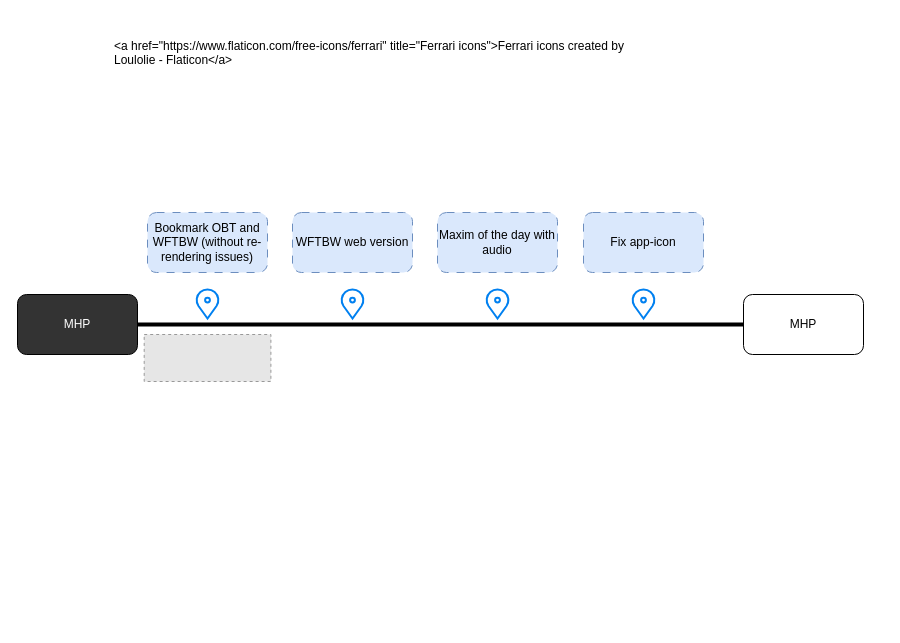
Earlier version of the draw.io diagram my_plans_and_progress.drawio (appsparkler/draw.io). Source tidied: cells renumbered, new cells numbered last; positions are measured from the earlier drawing's top-left corner, leaving out a move shared by most shapes. Both pictures are drawn from the tidied source at 100%, with x=0, y=0 at pixel (17, 32). Pictures stored in the file or linked from it are replaced by grey dashed boxes.
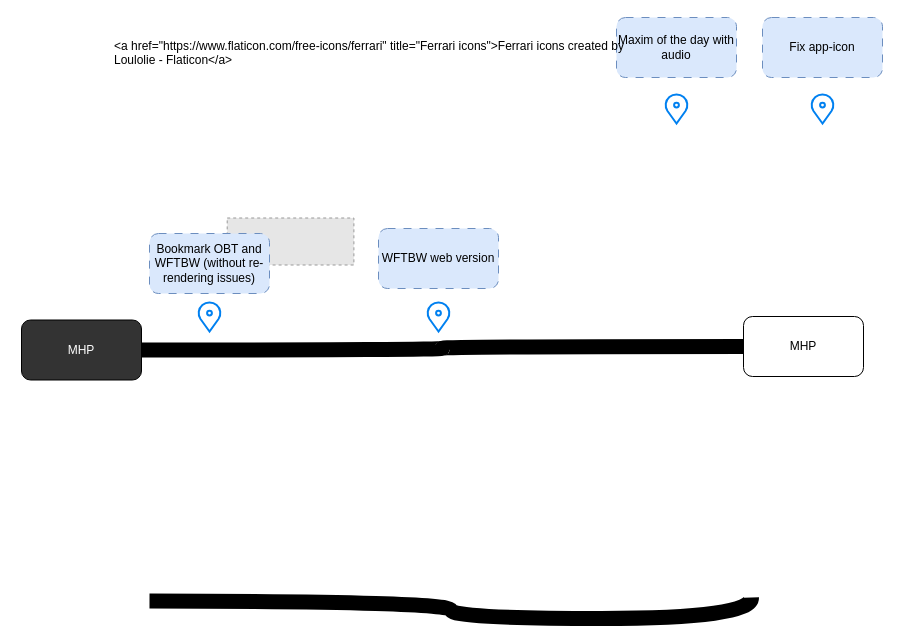
Above is the later version.

Change to the diagram source:
```diff
@@
 <mxGraphModel>
   <root>
     <mxCell id="0" />
     <mxCell id="1" parent="0" />
-    <mxCell id="2" style="edgeStyle=orthogonalEdgeStyle;rounded=0;jettySize=auto;html=1;curved=1;flowAnimation=1;shadow=0;strokeColor=light-dark(#000000,#000000);strokeWidth=4;endArrow=none;endFill=0;" parent="1" edge="1" source="3" target="4">
-      <mxGeometry relative="1" as="geometry" />
-    </mxCell>
+    <mxCell id="15" style="edgeStyle=orthogonalEdgeStyle;rounded=0;jettySize=auto;html=1;exitX=0;exitY=0.5;exitDx=0;exitDy=0;shadow=0;strokeColor=light-dark(#000000,#000000);strokeWidth=15;align=center;verticalAlign=middle;fontFamily=Helvetica;fontSize=11;fontColor=default;labelBackgroundColor=default;endArrow=none;endFill=0;flowAnimation=1;curved=1;" parent="1" edge="1" source="4" target="3">
+      <mxGeometry relative="1" as="geometry" />
+    </mxCell>
+    <mxCell id="16" style="edgeStyle=orthogonalEdgeStyle;rounded=0;orthogonalLoop=1;jettySize=auto;html=1;exitX=1;exitY=0.5;exitDx=0;exitDy=0;entryX=0;entryY=0.5;entryDx=0;entryDy=0;shadow=0;strokeColor=light-dark(#000000,#000000);strokeWidth=15;align=center;verticalAlign=middle;fontFamily=Helvetica;fontSize=11;fontColor=default;labelBackgroundColor=default;endArrow=none;endFill=0;flowAnimation=1;curved=1;" parent="1" edge="1">
+      <mxGeometry relative="1" as="geometry">
+        <mxPoint x="132" y="568.5" as="sourcePoint" />
+        <mxPoint x="734" y="565" as="targetPoint" />
+      </mxGeometry>
+    </mxCell>
+    <mxCell id="8" style="fillColor=#E6E6E6;strokeColor=#999999;dashed=1;verticalLabelPosition=bottom;labelBackgroundColor=default;verticalAlign=top;" parent="16" vertex="1">
+      <mxGeometry x="209.7" y="185.5" width="126.7" height="47" as="geometry" />
+    </mxCell>
     <mxCell id="3" value="MHP" style="rounded=1;whiteSpace=wrap;html=1;fillColor=#333333;fontColor=#FFFFFF;" parent="1" vertex="1">
-      <mxGeometry y="262" width="120" height="60" as="geometry" />
+      <mxGeometry x="4" y="287.5" width="120" height="60" as="geometry" />
     </mxCell>
     <mxCell id="4" value="MHP" style="rounded=1;whiteSpace=wrap;html=1;" parent="1" vertex="1">
-      <mxGeometry x="726" y="262" width="120" height="60" as="geometry" />
+      <mxGeometry x="726" y="284" width="120" height="60" as="geometry" />
     </mxCell>
     <mxCell id="5" style="html=1;verticalLabelPosition=bottom;align=center;labelBackgroundColor=#ffffff;verticalAlign=top;strokeWidth=2;strokeColor=#0080F0;shadow=0;dashed=0;shape=mxgraph.ios7.icons.location;rotation=0;" parent="1" vertex="1">
-      <mxGeometry x="178" y="256" width="24" height="30" as="geometry" />
+      <mxGeometry x="180" y="269" width="24" height="30" as="geometry" />
     </mxCell>
     <mxCell id="6" value="Bookmark OBT and WFTBW (without re-rendering issues)" style="rounded=1;whiteSpace=wrap;html=1;fillColor=#dae8fc;strokeColor=#6c8ebf;dashed=1;dashPattern=8 8;" parent="1" vertex="1">
-      <mxGeometry x="130" y="180" width="120" height="60" as="geometry" />
+      <mxGeometry x="132" y="201" width="120" height="60" as="geometry" />
     </mxCell>
     <mxCell id="7" value="Maxim of the day with audio" style="rounded=1;whiteSpace=wrap;html=1;fillColor=#dae8fc;strokeColor=#6c8ebf;dashed=1;dashPattern=8 8;" parent="1" vertex="1">
-      <mxGeometry x="420" y="180" width="120" height="60" as="geometry" />
+      <mxGeometry x="599" y="-15" width="120" height="60" as="geometry" />
     </mxCell>
-    <mxCell id="8" style="fillColor=#E6E6E6;strokeColor=#999999;dashed=1;verticalLabelPosition=bottom;labelBackgroundColor=default;verticalAlign=top;" parent="1" vertex="1">
-      <mxGeometry x="126.7" y="302" width="126.7" height="47" as="geometry" />
-    </mxCell>
     <mxCell id="9" style="html=1;verticalLabelPosition=bottom;align=center;labelBackgroundColor=#ffffff;verticalAlign=top;strokeWidth=2;strokeColor=#0080F0;shadow=0;dashed=0;shape=mxgraph.ios7.icons.location;rotation=0;" parent="1" vertex="1">
-      <mxGeometry x="323" y="256" width="24" height="30" as="geometry" />
+      <mxGeometry x="409" y="269" width="24" height="30" as="geometry" />
     </mxCell>
     <mxCell id="10" value="WFTBW web version" style="rounded=1;whiteSpace=wrap;html=1;fillColor=#dae8fc;strokeColor=#6c8ebf;dashed=1;dashPattern=8 8;" parent="1" vertex="1">
-      <mxGeometry x="275" y="180" width="120" height="60" as="geometry" />
+      <mxGeometry x="361" y="196" width="120" height="60" as="geometry" />
     </mxCell>
     <mxCell id="11" value="&lt;a href=&quot;https://www.flaticon.com/free-icons/ferrari&quot; title=&quot;Ferrari icons&quot;&gt;Ferrari icons created by Loulolie - Flaticon&lt;/a&gt;" style="text;whiteSpace=wrap;" parent="1" vertex="1">
       <mxGeometry x="95" width="550" height="51" as="geometry" />
     </mxCell>
     <mxCell id="12" style="html=1;verticalLabelPosition=bottom;align=center;labelBackgroundColor=#ffffff;verticalAlign=top;strokeWidth=2;strokeColor=#0080F0;shadow=0;dashed=0;shape=mxgraph.ios7.icons.location;rotation=0;" parent="1" vertex="1">
-      <mxGeometry x="468" y="256" width="24" height="30" as="geometry" />
+      <mxGeometry x="647" y="61" width="24" height="30" as="geometry" />
     </mxCell>
     <mxCell id="13" value="Fix app-icon" style="rounded=1;whiteSpace=wrap;html=1;fillColor=#dae8fc;strokeColor=#6c8ebf;dashed=1;dashPattern=8 8;" parent="1" vertex="1">
-      <mxGeometry x="566" y="180" width="120" height="60" as="geometry" />
+      <mxGeometry x="745" y="-15" width="120" height="60" as="geometry" />
     </mxCell>
     <mxCell id="14" style="html=1;verticalLabelPosition=bottom;align=center;labelBackgroundColor=#ffffff;verticalAlign=top;strokeWidth=2;strokeColor=#0080F0;shadow=0;dashed=0;shape=mxgraph.ios7.icons.location;rotation=0;" parent="1" vertex="1">
-      <mxGeometry x="614" y="256" width="24" height="30" as="geometry" />
+      <mxGeometry x="793" y="61" width="24" height="30" as="geometry" />
     </mxCell>
   </root>
 </mxGraphModel>
```
